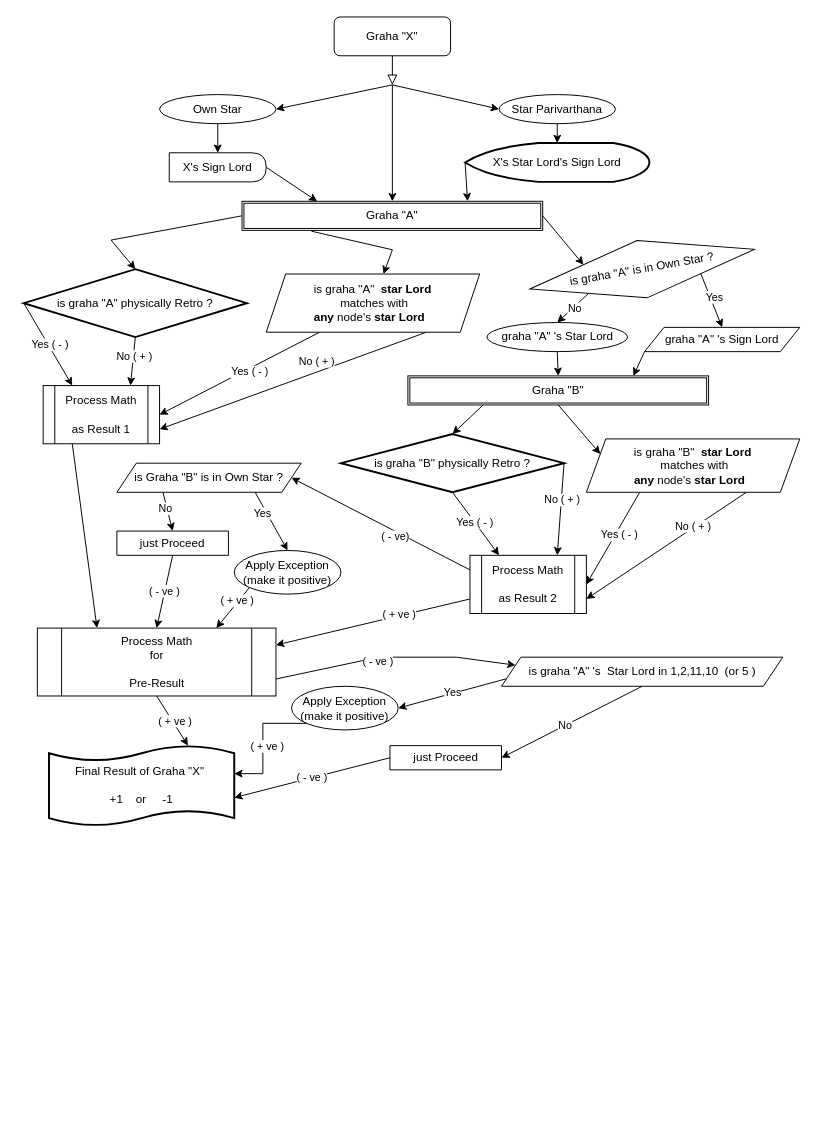
Earlier version of the draw.io diagram retro/retro-new.drawio (appilivamsikrishna/drawings). Source tidied: cells renumbered, new cells numbered last; positions are measured from the earlier drawing's top-left corner, leaving out a move shared by most shapes. Both pictures are drawn from the tidied source at 97%, with x=0, y=0 at pixel (23, 16).
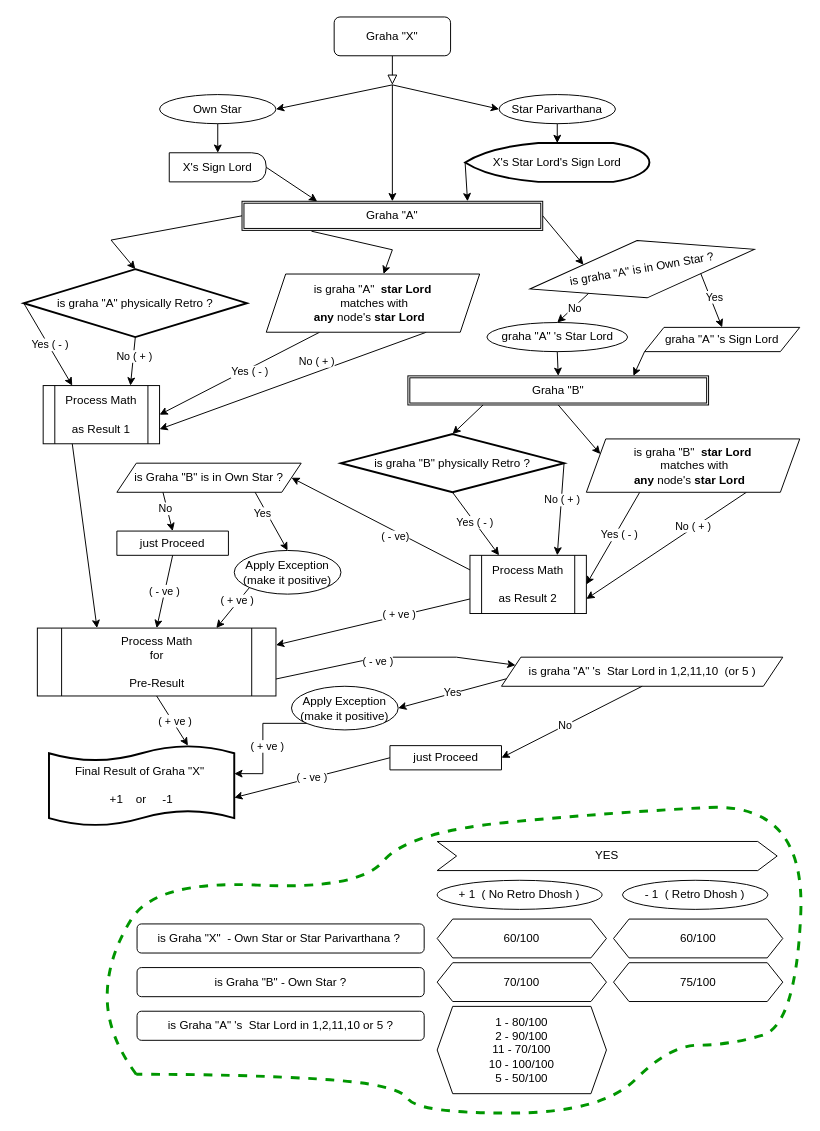
The same page after the edit.

Change to the diagram source:
```diff
@@
+    <mxCell id="83" value="is Graha &quot;X&quot;&amp;nbsp; - Own Star or Star Parivarthana ?&amp;nbsp;" style="rounded=1;whiteSpace=wrap;html=1;" parent="1" vertex="1">
+      <mxGeometry x="116.8" y="935" width="296" height="30" as="geometry" />
+    </mxCell>
+    <mxCell id="84" value="is Graha &quot;B&quot; - Own Star ?" style="rounded=1;whiteSpace=wrap;html=1;" parent="1" vertex="1">
+      <mxGeometry x="116.8" y="980" width="296" height="30" as="geometry" />
+    </mxCell>
+    <mxCell id="85" value="is Graha &quot;A&quot; 's&amp;nbsp; Star Lord in 1,2,11,10 or 5 ?" style="rounded=1;whiteSpace=wrap;html=1;" parent="1" vertex="1">
+      <mxGeometry x="116.8" y="1025" width="296" height="30" as="geometry" />
+    </mxCell>
+    <mxCell id="86" value="+ 1&amp;nbsp; ( No Retro Dhosh )" style="ellipse;whiteSpace=wrap;html=1;" parent="1" vertex="1">
+      <mxGeometry x="426.2" y="890" width="170" height="30" as="geometry" />
+    </mxCell>
+    <mxCell id="87" value="- 1&amp;nbsp; ( Retro Dhosh )" style="ellipse;whiteSpace=wrap;html=1;" parent="1" vertex="1">
+      <mxGeometry x="617.2" y="890" width="150" height="30" as="geometry" />
+    </mxCell>
+    <mxCell id="88" value="60/100" style="shape=hexagon;perimeter=hexagonPerimeter2;whiteSpace=wrap;html=1;fixedSize=1;size=16;" parent="1" vertex="1">
+      <mxGeometry x="426.2" y="930" width="174.5" height="40" as="geometry" />
+    </mxCell>
+    <mxCell id="89" value="60/100" style="shape=hexagon;perimeter=hexagonPerimeter2;whiteSpace=wrap;html=1;fixedSize=1;size=16;" parent="1" vertex="1">
+      <mxGeometry x="608" y="930" width="174.5" height="40" as="geometry" />
+    </mxCell>
+    <mxCell id="90" value="70/100" style="shape=hexagon;perimeter=hexagonPerimeter2;whiteSpace=wrap;html=1;fixedSize=1;size=16;" parent="1" vertex="1">
+      <mxGeometry x="426.2" y="975" width="174.5" height="40" as="geometry" />
+    </mxCell>
+    <mxCell id="91" value="75/100" style="shape=hexagon;perimeter=hexagonPerimeter2;whiteSpace=wrap;html=1;fixedSize=1;size=16;" parent="1" vertex="1">
+      <mxGeometry x="608" y="975" width="174.5" height="40" as="geometry" />
+    </mxCell>
+    <mxCell id="92" value="1 - 80/100&lt;div&gt;2&lt;span style=&quot;background-color: initial;&quot;&gt;&amp;nbsp;&lt;/span&gt;&lt;span style=&quot;background-color: initial;&quot;&gt;- 90/100&lt;/span&gt;&lt;/div&gt;&lt;div&gt;11&lt;span style=&quot;background-color: initial;&quot;&gt;&amp;nbsp;&lt;/span&gt;&lt;span style=&quot;background-color: initial;&quot;&gt;- 70/100&lt;/span&gt;&lt;/div&gt;&lt;div&gt;10&lt;span style=&quot;background-color: initial;&quot;&gt;&amp;nbsp;&lt;/span&gt;&lt;span style=&quot;background-color: initial;&quot;&gt;- 100/100&lt;/span&gt;&lt;/div&gt;&lt;div&gt;5&lt;span style=&quot;background-color: initial;&quot;&gt;&amp;nbsp;&lt;/span&gt;&lt;span style=&quot;background-color: initial;&quot;&gt;- 50/100&lt;/span&gt;&lt;/div&gt;" style="shape=hexagon;perimeter=hexagonPerimeter2;whiteSpace=wrap;html=1;fixedSize=1;size=16;" parent="1" vertex="1">
+      <mxGeometry x="426.2" y="1020" width="174.5" height="90" as="geometry" />
+    </mxCell>
+    <mxCell id="93" value="YES" style="shape=step;perimeter=stepPerimeter;whiteSpace=wrap;html=1;fixedSize=1;" parent="1" vertex="1">
+      <mxGeometry x="426.2" y="850" width="350.5" height="30" as="geometry" />
+    </mxCell>
+    <mxCell id="94" style="endArrow=none;html=1;rounded=0;strokeColor=#009600;curved=1;strokeWidth=3;shadow=0;flowAnimation=0;dashed=1;" parent="1" edge="1">
+      <mxGeometry relative="1" as="geometry">
+        <mxPoint x="116" y="1090" as="sourcePoint" />
+        <mxPoint x="116" y="1090" as="targetPoint" />
+        <Array as="points">
+          <mxPoint x="86" y="1050" />
+          <mxPoint x="86" y="970" />
+          <mxPoint x="136" y="890" />
+          <mxPoint x="346" y="900" />
+          <mxPoint x="396" y="840" />
+          <mxPoint x="606" y="820" />
+          <mxPoint x="806" y="810" />
+          <mxPoint x="796" y="1040" />
+          <mxPoint x="726" y="1060" />
+          <mxPoint x="666" y="1060" />
+          <mxPoint x="596" y="1130" />
+          <mxPoint x="406" y="1130" />
+          <mxPoint x="386" y="1100" />
+          <mxPoint x="226" y="1090" />
+        </Array>
+      </mxGeometry>
+    </mxCell>
```
